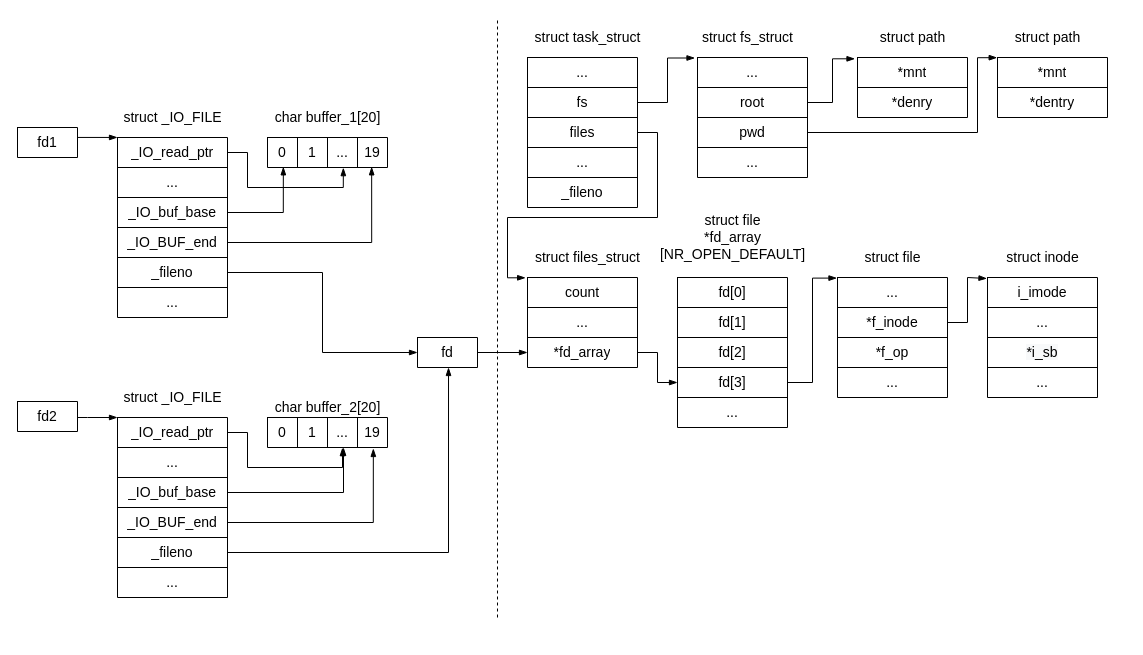
This is page "1" (1 of 3) of lab_05/report/images/diagram.drawio from DeadlyHunter38/bmstu_sem_6_os, a draw.io file, before an edit. Source tidied: cells renumbered, new cells numbered last; positions are measured from the earlier drawing's top-left corner, leaving out a move shared by most shapes. Both pictures are drawn from the tidied source at 100%, with x=0, y=0 at pixel (17, 17).
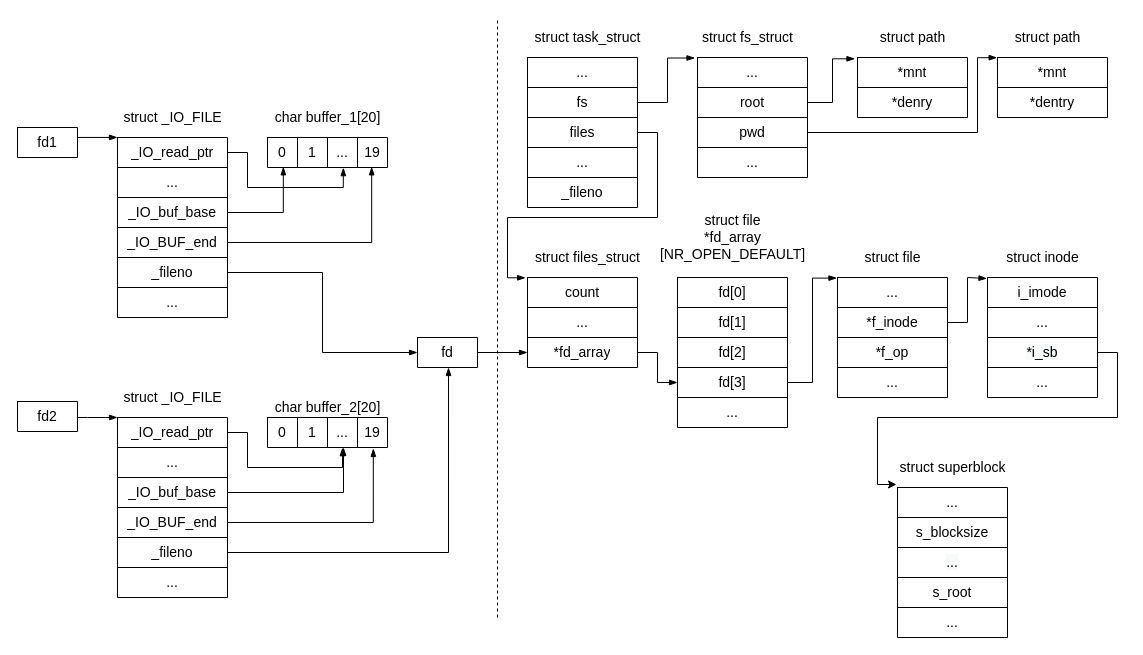
Above is the later version.

The change refers to these unchanged cells:
```xml
<mxCell id="101" style="shape=tableRow;horizontal=0;startSize=0;swimlaneHead=0;swimlaneBody=0;top=0;left=0;bottom=0;right=0;fillColor=none;points=[[0,0.5],[1,0.5]];portConstraint=eastwest;fontSize=14;" parent="96" vertex="1">
  <mxGeometry y="60" width="110" height="30" as="geometry" />
</mxCell>
```

What changed in the source:
```diff
@@
+    <mxCell id="146" style="shape=table;startSize=0;childLayout=tableLayout;fontSize=14;" parent="1" vertex="1">
+      <mxGeometry x="880" y="470" width="110" height="150" as="geometry" />
+    </mxCell>
+    <mxCell id="147" style="shape=tableRow;horizontal=0;startSize=0;swimlaneHead=0;swimlaneBody=0;top=0;left=0;bottom=0;right=0;fillColor=none;points=[[0,0.5],[1,0.5]];portConstraint=eastwest;fontSize=14;" parent="146" vertex="1">
+      <mxGeometry width="110" height="30" as="geometry" />
+    </mxCell>
+    <mxCell id="148" value="..." style="shape=partialRectangle;html=1;whiteSpace=wrap;overflow=hidden;fillColor=none;top=0;left=0;bottom=0;right=0;fontSize=14;" parent="147" vertex="1">
+      <mxGeometry width="110" height="30" as="geometry" />
+    </mxCell>
+    <mxCell id="149" style="shape=tableRow;horizontal=0;startSize=0;swimlaneHead=0;swimlaneBody=0;top=0;left=0;bottom=0;right=0;fillColor=none;fontSize=14;" parent="146" vertex="1">
+      <mxGeometry y="30" width="110" height="30" as="geometry" />
+    </mxCell>
+    <mxCell id="150" value="s_blocksize" style="shape=partialRectangle;html=1;whiteSpace=wrap;overflow=hidden;fillColor=none;top=0;left=0;bottom=0;right=0;fontSize=14;" parent="149" vertex="1">
+      <mxGeometry width="110" height="30" as="geometry" />
+    </mxCell>
+    <mxCell id="151" style="shape=tableRow;horizontal=0;startSize=0;swimlaneHead=0;swimlaneBody=0;top=0;left=0;bottom=0;right=0;fillColor=none;fontSize=14;" parent="146" vertex="1">
+      <mxGeometry y="60" width="110" height="30" as="geometry" />
+    </mxCell>
+    <mxCell id="152" value="&lt;span style=&quot;color: rgb(0, 0, 0); font-family: Helvetica; font-size: 14px; font-style: normal; font-variant-ligatures: normal; font-variant-caps: normal; font-weight: 400; letter-spacing: normal; orphans: 2; text-align: center; text-indent: 0px; text-transform: none; widows: 2; word-spacing: 0px; -webkit-text-stroke-width: 0px; background-color: rgb(248, 249, 250); text-decoration-thickness: initial; text-decoration-style: initial; text-decoration-color: initial; float: none; display: inline !important;&quot;&gt;...&lt;/span&gt;" style="shape=partialRectangle;html=1;whiteSpace=wrap;overflow=hidden;fillColor=none;top=0;left=0;bottom=0;right=0;fontSize=14;" parent="151" vertex="1">
+      <mxGeometry width="110" height="30" as="geometry" />
+    </mxCell>
+    <mxCell id="153" style="shape=tableRow;horizontal=0;startSize=0;swimlaneHead=0;swimlaneBody=0;top=0;left=0;bottom=0;right=0;fillColor=none;fontSize=14;" parent="146" vertex="1">
+      <mxGeometry y="90" width="110" height="30" as="geometry" />
+    </mxCell>
+    <mxCell id="154" value="s_root" style="shape=partialRectangle;html=1;whiteSpace=wrap;overflow=hidden;fillColor=none;top=0;left=0;bottom=0;right=0;fontSize=14;" parent="153" vertex="1">
+      <mxGeometry width="110" height="30" as="geometry" />
+    </mxCell>
+    <mxCell id="155" style="shape=tableRow;horizontal=0;startSize=0;swimlaneHead=0;swimlaneBody=0;top=0;left=0;bottom=0;right=0;fillColor=none;fontSize=14;" parent="146" vertex="1">
+      <mxGeometry y="120" width="110" height="30" as="geometry" />
+    </mxCell>
+    <mxCell id="156" value="..." style="shape=partialRectangle;html=1;whiteSpace=wrap;overflow=hidden;fillColor=none;top=0;left=0;bottom=0;right=0;fontSize=14;" parent="155" vertex="1">
+      <mxGeometry width="110" height="30" as="geometry" />
+    </mxCell>
+    <mxCell id="157" style="edgeStyle=orthogonalEdgeStyle;rounded=0;jettySize=auto;html=1;exitX=1;exitY=0.5;exitDx=0;exitDy=0;entryX=-0.009;entryY=-0.1;entryDx=0;entryDy=0;entryPerimeter=0;" parent="1" edge="1" source="101" target="147">
+      <mxGeometry relative="1" as="geometry">
+        <Array as="points">
+          <mxPoint x="1100" y="335" />
+          <mxPoint x="1100" y="400" />
+          <mxPoint x="860" y="400" />
+          <mxPoint x="860" y="467" />
+        </Array>
+      </mxGeometry>
+    </mxCell>
+    <mxCell id="158" value="struct superblock" style="text;html=1;align=center;verticalAlign=middle;strokeColor=none;fillColor=none;fontSize=14;" parent="1" vertex="1">
+      <mxGeometry x="875" y="440" width="120" height="20" as="geometry" />
+    </mxCell>
```
